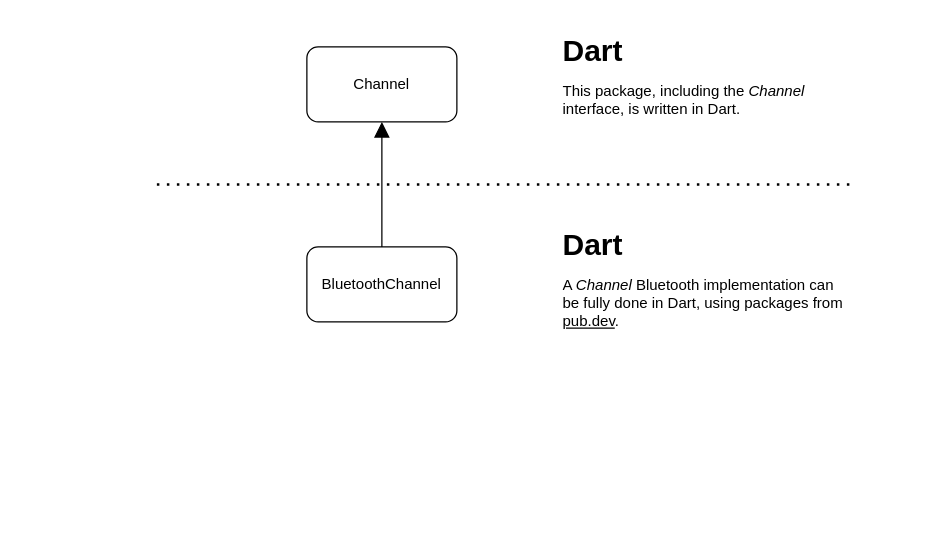
Before: assets/schemes/Channel implementation (plugin).drawio in Venice-D2D/delta_scheduler, a draw.io diagram. Source tidied: cells renumbered, new cells numbered last; positions are measured from the earlier drawing's top-left corner, leaving out a move shared by most shapes. Both pictures are drawn from the tidied source at 125%, with x=0, y=0 at pixel (156, 34).
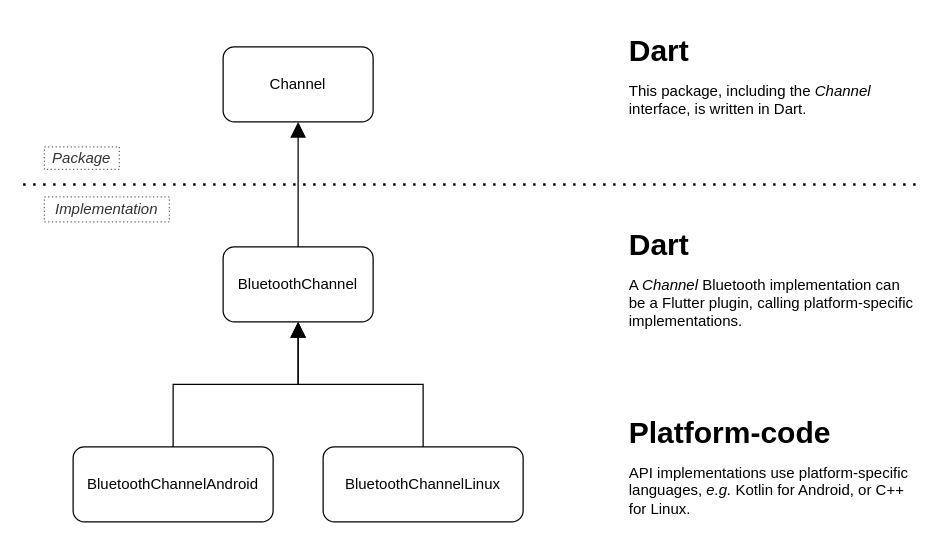
After the change.

Commit message:
fix: add correct file for plugin scheme

The edit, as a diff of the source:
```diff
@@
 <mxGraphModel>
   <root>
     <mxCell id="0" />
     <mxCell id="1" parent="0" />
     <mxCell id="2" value="Channel" style="rounded=1;whiteSpace=wrap;html=1;" parent="1" vertex="1">
-      <mxGeometry x="120" y="10" width="120" height="60" as="geometry" />
+      <mxGeometry x="53" y="10" width="120" height="60" as="geometry" />
     </mxCell>
     <mxCell id="3" style="edgeStyle=orthogonalEdgeStyle;rounded=0;jettySize=auto;html=1;entryX=0.5;entryY=1;entryDx=0;entryDy=0;endArrow=block;endFill=1;endSize=10;" parent="1" edge="1" source="4" target="2">
       <mxGeometry relative="1" as="geometry" />
     </mxCell>
     <mxCell id="4" value="BluetoothChannel" style="rounded=1;whiteSpace=wrap;html=1;" parent="1" vertex="1">
-      <mxGeometry x="120" y="170" width="120" height="60" as="geometry" />
+      <mxGeometry x="53" y="170" width="120" height="60" as="geometry" />
     </mxCell>
     <mxCell id="5" style="endArrow=none;dashed=1;html=1;dashPattern=1 3;strokeWidth=2;rounded=0;endSize=10;" parent="1" edge="1">
       <mxGeometry relative="1" as="geometry">
-        <mxPoint y="120" as="sourcePoint" />
-        <mxPoint x="560" y="120" as="targetPoint" />
+        <mxPoint x="-107" y="120" as="sourcePoint" />
+        <mxPoint x="613" y="120" as="targetPoint" />
       </mxGeometry>
     </mxCell>
     <mxCell id="6" value="&lt;p style=&quot;line-height: 0;&quot;&gt;&lt;/p&gt;&lt;h1 style=&quot;line-height: 0.7;&quot;&gt;Dart&lt;/h1&gt;&lt;p style=&quot;line-height: 1.2;&quot;&gt;This package, including the &lt;i&gt;Channel&lt;/i&gt; interface, is written in Dart.&lt;/p&gt;&lt;p&gt;&lt;/p&gt;" style="text;html=1;strokeColor=none;fillColor=none;spacing=5;spacingTop=-20;whiteSpace=wrap;overflow=hidden;rounded=0;" parent="1" vertex="1">
-      <mxGeometry x="320" width="240" height="80" as="geometry" />
+      <mxGeometry x="373" width="240" height="80" as="geometry" />
     </mxCell>
-    <mxCell id="7" value="&lt;p style=&quot;line-height: 0.8;&quot;&gt;&lt;/p&gt;&lt;h1 style=&quot;line-height: 0.7;&quot;&gt;Dart&lt;/h1&gt;&lt;p&gt;A &lt;i&gt;Channel&lt;/i&gt; Bluetooth implementation can be fully done in Dart, using packages from &lt;u&gt;pub.dev&lt;/u&gt;.&lt;/p&gt;&lt;p&gt;&lt;/p&gt;" style="text;html=1;strokeColor=none;fillColor=none;spacing=5;spacingTop=-20;whiteSpace=wrap;overflow=hidden;rounded=0;" parent="1" vertex="1">
-      <mxGeometry x="320" y="155" width="240" height="90" as="geometry" />
+    <mxCell id="7" value="&lt;p style=&quot;line-height: 0.8;&quot;&gt;&lt;/p&gt;&lt;h1 style=&quot;line-height: 0.7;&quot;&gt;Dart&lt;/h1&gt;&lt;p&gt;A &lt;i&gt;Channel&lt;/i&gt; Bluetooth implementation can be a Flutter plugin, calling platform-specific implementations.&lt;/p&gt;&lt;p&gt;&lt;/p&gt;" style="text;html=1;strokeColor=none;fillColor=none;spacing=5;spacingTop=-20;whiteSpace=wrap;overflow=hidden;rounded=0;" parent="1" vertex="1">
+      <mxGeometry x="373" y="155" width="240" height="90" as="geometry" />
     </mxCell>
+    <mxCell id="8" style="edgeStyle=orthogonalEdgeStyle;rounded=0;jettySize=auto;html=1;endArrow=block;endFill=1;endSize=10;" parent="1" edge="1" source="9" target="4">
+      <mxGeometry relative="1" as="geometry" />
+    </mxCell>
+    <mxCell id="9" value="BluetoothChannelAndroid" style="rounded=1;whiteSpace=wrap;html=1;" parent="1" vertex="1">
+      <mxGeometry x="-67" y="330" width="160" height="60" as="geometry" />
+    </mxCell>
+    <mxCell id="10" style="edgeStyle=orthogonalEdgeStyle;rounded=0;jettySize=auto;html=1;entryX=0.5;entryY=1;entryDx=0;entryDy=0;endArrow=block;endFill=1;endSize=10;" parent="1" edge="1" source="11" target="4">
+      <mxGeometry relative="1" as="geometry" />
+    </mxCell>
+    <mxCell id="11" value="BluetoothChannelLinux" style="rounded=1;whiteSpace=wrap;html=1;" parent="1" vertex="1">
+      <mxGeometry x="133" y="330" width="160" height="60" as="geometry" />
+    </mxCell>
+    <mxCell id="12" value="&lt;p style=&quot;line-height: 0.8;&quot;&gt;&lt;/p&gt;&lt;h1 style=&quot;line-height: 0.7;&quot;&gt;Platform-code&lt;/h1&gt;&lt;p&gt;API implementations use platform-specific languages, &lt;i&gt;e.g.&lt;/i&gt; Kotlin for Android, or C++ for Linux.&lt;/p&gt;&lt;p&gt;&lt;/p&gt;" style="text;html=1;strokeColor=none;fillColor=none;spacing=5;spacingTop=-20;whiteSpace=wrap;overflow=hidden;rounded=0;" parent="1" vertex="1">
+      <mxGeometry x="373" y="305" width="240" height="90" as="geometry" />
+    </mxCell>
+    <mxCell id="13" value="&lt;i&gt;Package&lt;/i&gt;" style="text;html=1;align=center;verticalAlign=middle;whiteSpace=wrap;rounded=0;fillColor=#FFFFFF;fontColor=#333333;strokeColor=#666666;dashed=1;dashPattern=1 2;" parent="1" vertex="1">
+      <mxGeometry x="-90" y="90" width="60" height="18" as="geometry" />
+    </mxCell>
+    <mxCell id="14" value="&lt;i&gt;Implementation&lt;/i&gt;" style="text;html=1;strokeColor=#666666;fillColor=#FFFFFF;align=center;verticalAlign=middle;whiteSpace=wrap;rounded=0;fontColor=#333333;dashed=1;dashPattern=1 2;" parent="1" vertex="1">
+      <mxGeometry x="-90" y="130" width="100" height="20" as="geometry" />
+    </mxCell>
   </root>
 </mxGraphModel>
```
